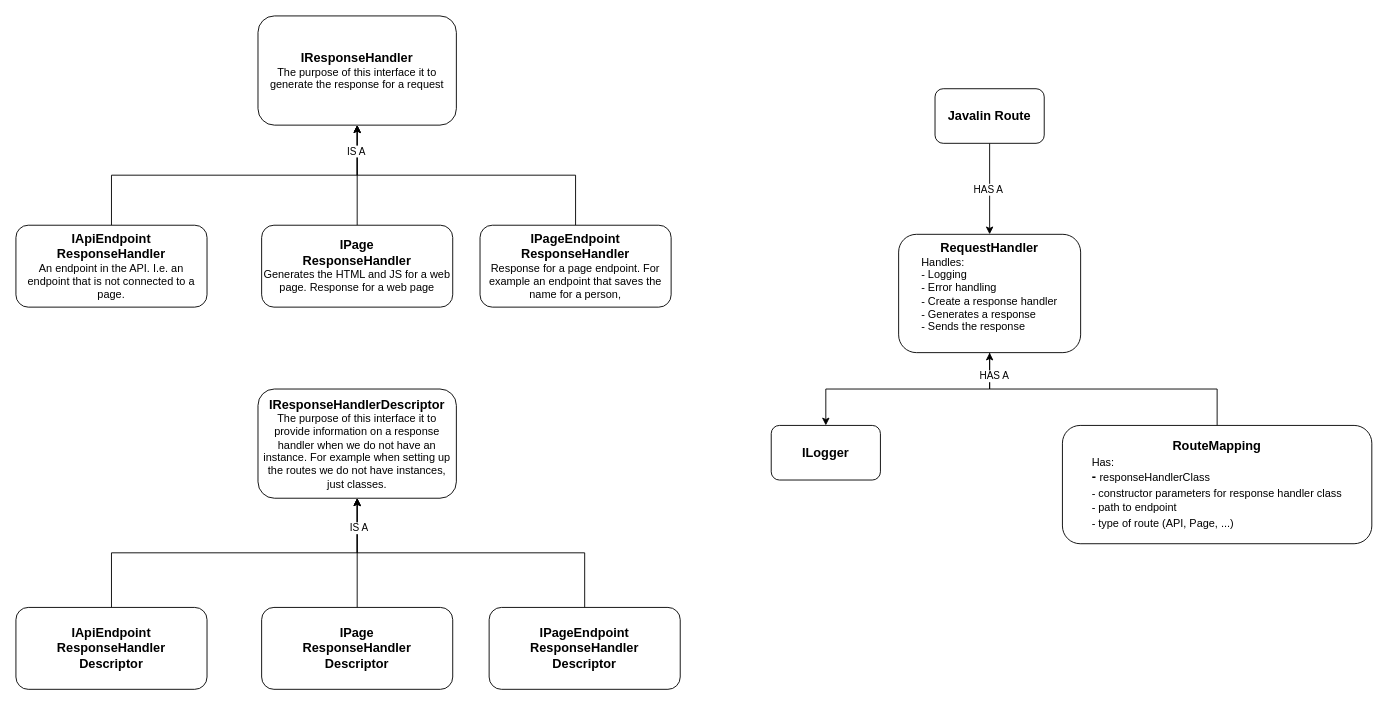
Schinzel/web-blocks keeps this draw.io diagram as diagram.drawio. Above is the earlier version. Source tidied: cells renumbered, new cells numbered last; positions are measured from the earlier drawing's top-left corner, leaving out a move shared by most shapes. Both pictures are drawn from the tidied source at 91%, with x=0, y=0 at pixel (15, 15).
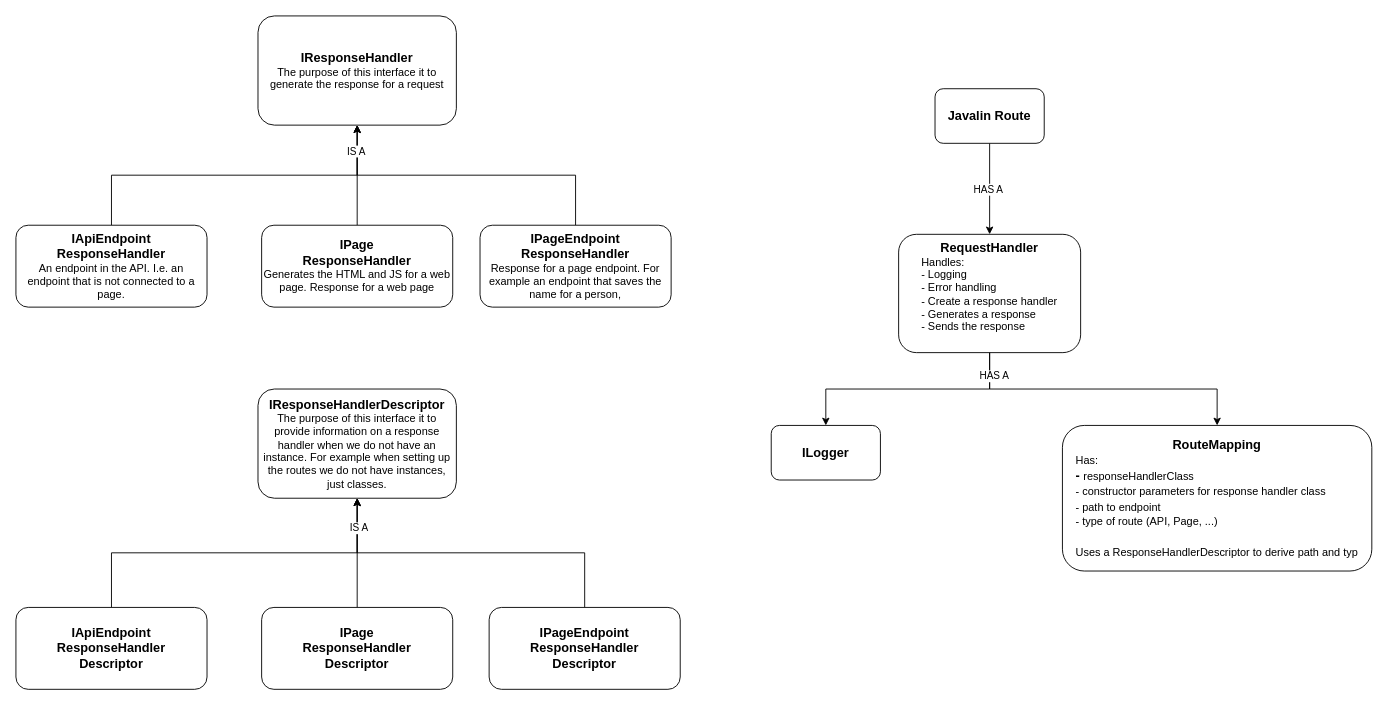
The same diagram, later.

The change refers to these unchanged cells:
```xml
<mxCell id="22" value="&lt;b&gt;&lt;font style=&quot;font-size: 14px;&quot;&gt;RequestHandler&lt;/font&gt;&lt;/b&gt;&lt;br&gt;&lt;div style=&quot;text-align: left;&quot;&gt;&lt;span style=&quot;background-color: initial;&quot;&gt;Handles:&lt;/span&gt;&lt;/div&gt;&lt;div style=&quot;text-align: left;&quot;&gt;&lt;span style=&quot;background-color: initial;&quot;&gt;- Logging&lt;/span&gt;&lt;/div&gt;&lt;div style=&quot;text-align: left;&quot;&gt;&lt;span style=&quot;background-color: initial;&quot;&gt;- Error handling&lt;/span&gt;&lt;/div&gt;&lt;div style=&quot;text-align: left;&quot;&gt;&lt;span style=&quot;background-color: initial;&quot;&gt;- Create a response handler&lt;/span&gt;&lt;/div&gt;&lt;div style=&quot;text-align: left;&quot;&gt;&lt;span style=&quot;background-color: initial;&quot;&gt;- Generates a response&lt;/span&gt;&lt;/div&gt;&lt;div style=&quot;text-align: left;&quot;&gt;&lt;span style=&quot;background-color: initial;&quot;&gt;- Sends the response&lt;/span&gt;&lt;/div&gt;&lt;div style=&quot;text-align: left;&quot;&gt;&lt;br&gt;&lt;/div&gt;" style="rounded=1;whiteSpace=wrap;html=1;" parent="1" vertex="1">
  <mxGeometry x="970" y="240" width="200" height="130" as="geometry" />
</mxCell>
<mxCell id="23" value="&lt;b&gt;&lt;font style=&quot;font-size: 14px;&quot;&gt;ILogger&lt;/font&gt;&lt;/b&gt;" style="rounded=1;whiteSpace=wrap;html=1;" parent="1" vertex="1">
  <mxGeometry x="830" y="450" width="120" height="60" as="geometry" />
</mxCell>
```

The edit, as a diff of the source:
```diff
@@
-    <mxCell id="21" style="edgeStyle=orthogonalEdgeStyle;rounded=0;jettySize=auto;html=1;exitX=0.5;exitY=1;exitDx=0;exitDy=0;entryX=0.5;entryY=0;entryDx=0;entryDy=0;" parent="1" edge="1" source="22" target="23">
+    <mxCell id="21" style="edgeStyle=orthogonalEdgeStyle;rounded=0;jettySize=auto;html=1;exitX=0.5;exitY=1;exitDx=0;exitDy=0;entryX=0.5;entryY=0;entryDx=0;entryDy=0;startArrow=none;startFill=0;endArrow=classic;endFill=1;" parent="1" edge="1" source="22" target="23">
       <mxGeometry relative="1" as="geometry" />
     </mxCell>
@@
-    <mxCell id="24" style="edgeStyle=orthogonalEdgeStyle;rounded=0;jettySize=auto;html=1;exitX=0.5;exitY=0;exitDx=0;exitDy=0;" parent="1" edge="1" source="26" target="22">
+    <mxCell id="24" style="edgeStyle=orthogonalEdgeStyle;rounded=0;jettySize=auto;html=1;exitX=0.5;exitY=0;exitDx=0;exitDy=0;startArrow=classic;startFill=1;endArrow=none;endFill=0;" parent="1" edge="1" source="26" target="22">
       <mxGeometry relative="1" as="geometry" />
     </mxCell>
@@
-    <mxCell id="26" value="&lt;font style=&quot;font-size: 14px;&quot;&gt;&lt;b&gt;RouteMapping&lt;/b&gt;&lt;br&gt;&lt;div style=&quot;text-align: left;&quot;&gt;&lt;span style=&quot;background-color: initial; font-size: 12px;&quot;&gt;Has:&lt;/span&gt;&lt;/div&gt;&lt;div style=&quot;font-weight: bold; text-align: left;&quot;&gt;&lt;b style=&quot;background-color: initial; font-size: 12px;&quot;&gt;&lt;font style=&quot;font-size: 14px;&quot;&gt;-&amp;nbsp;&lt;/font&gt;&lt;/b&gt;&lt;span style=&quot;background-color: initial; font-size: 12px; font-weight: normal;&quot;&gt;responseHandlerClass&lt;/span&gt;&lt;/div&gt;&lt;div style=&quot;font-weight: bold; text-align: left;&quot;&gt;&lt;span style=&quot;background-color: initial; font-size: 12px; font-weight: normal;&quot;&gt;- constructor parameters for response handler class&lt;/span&gt;&lt;/div&gt;&lt;div style=&quot;font-weight: bold; text-align: left;&quot;&gt;&lt;span style=&quot;background-color: initial; font-size: 12px; font-weight: normal;&quot;&gt;- path to endpoint&lt;/span&gt;&lt;/div&gt;&lt;div style=&quot;font-weight: bold; text-align: left;&quot;&gt;&lt;span style=&quot;background-color: initial; font-size: 12px; font-weight: normal;&quot;&gt;- type of route (API, Page, ...)&lt;/span&gt;&lt;/div&gt;&lt;/font&gt;" style="rounded=1;whiteSpace=wrap;html=1;" parent="1" vertex="1">
-      <mxGeometry x="1150" y="450" width="340" height="130" as="geometry" />
+    <mxCell id="26" value="&lt;font style=&quot;font-size: 14px;&quot;&gt;&lt;b&gt;RouteMapping&lt;/b&gt;&lt;br&gt;&lt;div style=&quot;text-align: left;&quot;&gt;&lt;span style=&quot;background-color: initial; font-size: 12px;&quot;&gt;Has:&lt;/span&gt;&lt;/div&gt;&lt;div style=&quot;font-weight: bold; text-align: left;&quot;&gt;&lt;b style=&quot;background-color: initial; font-size: 12px;&quot;&gt;&lt;font style=&quot;font-size: 14px;&quot;&gt;-&amp;nbsp;&lt;/font&gt;&lt;/b&gt;&lt;span style=&quot;background-color: initial; font-size: 12px; font-weight: normal;&quot;&gt;responseHandlerClass&lt;/span&gt;&lt;/div&gt;&lt;div style=&quot;font-weight: bold; text-align: left;&quot;&gt;&lt;span style=&quot;background-color: initial; font-size: 12px; font-weight: normal;&quot;&gt;- constructor parameters for response handler class&lt;/span&gt;&lt;/div&gt;&lt;div style=&quot;font-weight: bold; text-align: left;&quot;&gt;&lt;span style=&quot;background-color: initial; font-size: 12px; font-weight: normal;&quot;&gt;- path to endpoint&lt;/span&gt;&lt;/div&gt;&lt;div style=&quot;font-weight: bold; text-align: left;&quot;&gt;&lt;span style=&quot;background-color: initial; font-size: 12px; font-weight: normal;&quot;&gt;- type of route (API, Page, ...)&lt;/span&gt;&lt;/div&gt;&lt;div style=&quot;font-weight: bold; text-align: left;&quot;&gt;&lt;span style=&quot;background-color: initial; font-size: 12px; font-weight: normal;&quot;&gt;&lt;br&gt;&lt;/span&gt;&lt;/div&gt;&lt;div style=&quot;font-weight: bold; text-align: left;&quot;&gt;&lt;span style=&quot;background-color: initial; font-size: 12px; font-weight: normal;&quot;&gt;Uses a ResponseHandlerDescriptor to derive path and typ&lt;/span&gt;&lt;/div&gt;&lt;/font&gt;" style="rounded=1;whiteSpace=wrap;html=1;" parent="1" vertex="1">
+      <mxGeometry x="1150" y="450" width="340" height="160" as="geometry" />
     </mxCell>
```
